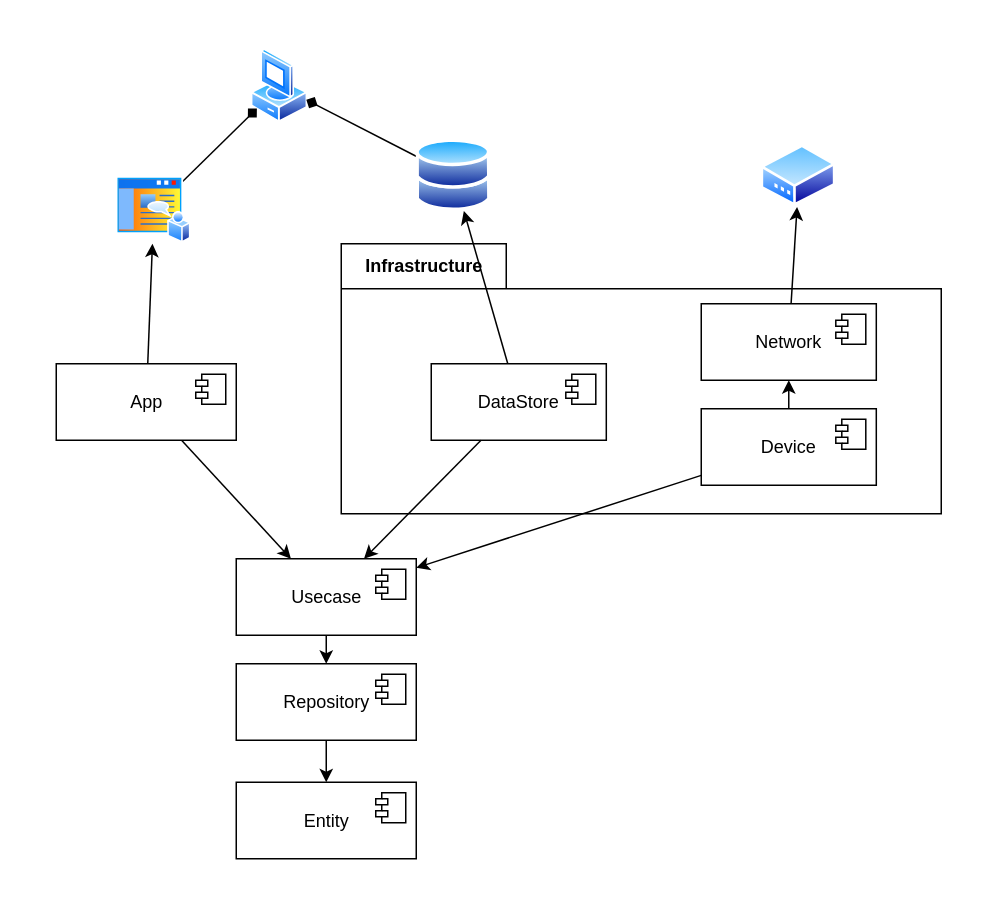
This is page "コンポーネント図" (2 of 2) of Designs/アーキテクチャ設計/Architecture_Design.drawio from bosssanovar/LightMvvmSample, a draw.io file, before an edit. Source tidied: cells renumbered, new cells numbered last; positions are measured from the earlier drawing's top-left corner, leaving out a move shared by most shapes. Both pictures are drawn from the tidied source at 150%, with x=0, y=0 at pixel (56, 48).
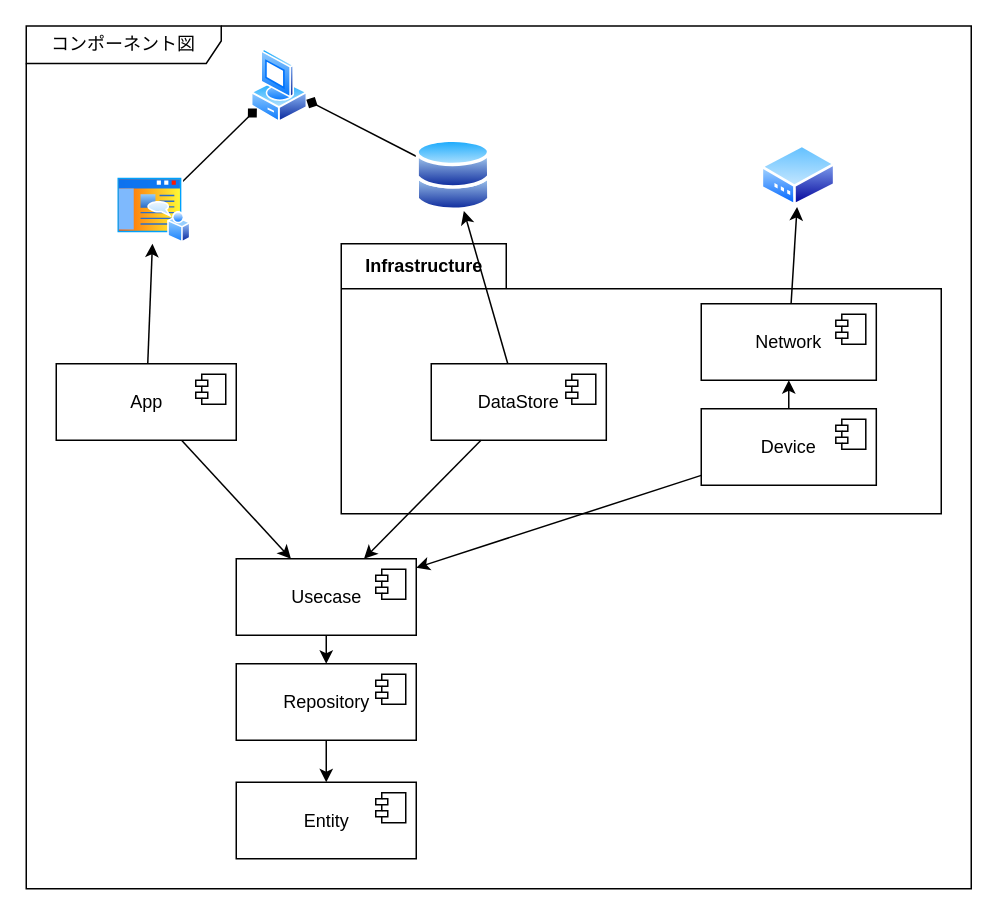
The same page after the edit.

Diff of the diagram source:
```diff
@@
+    <mxCell id="33" value="コンポーネント図" style="shape=umlFrame;whiteSpace=wrap;html=1;swimlaneFillColor=default;width=130;height=25;" parent="1" vertex="1">
+      <mxGeometry x="-20" y="-15.2" width="630" height="575.2" as="geometry" />
+    </mxCell>
```
